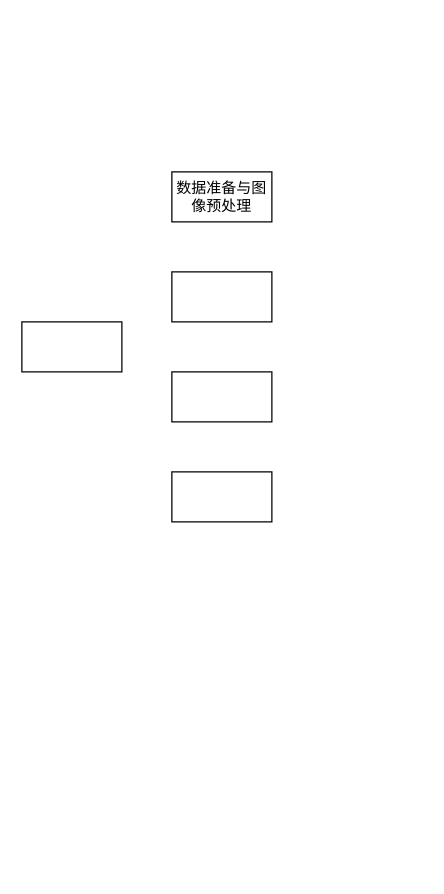
This is 技术路线.drawio from LamaPerdu/LamaPerdu, a draw.io file, before an edit. Source tidied: cells renumbered, new cells numbered last; positions are measured from the earlier drawing's top-left corner, leaving out a move shared by most shapes. Both pictures are drawn from the tidied source at 125%, with x=0, y=0 at pixel (21, 171).
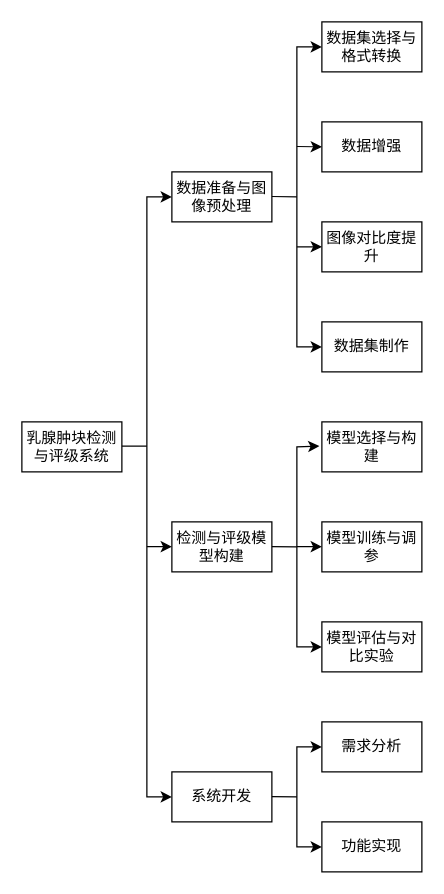
After the change.

Commit message (it also covers changes not shown here):
更新技术路线.drawio

The change refers to these unchanged cells:
```xml
<mxCell id="3" value="数据准备与图像预处理" style="rounded=0;whiteSpace=wrap;html=1;" parent="1" vertex="1">
  <mxGeometry x="120" width="80" height="40" as="geometry" />
</mxCell>
```

What changed in the source:
```diff
@@
-    <mxCell id="2" style="rounded=0;whiteSpace=wrap;html=1;" parent="1" vertex="1">
-      <mxGeometry y="120" width="80" height="40" as="geometry" />
+    <mxCell id="2" value="乳腺肿块检测与评级系统" style="rounded=0;whiteSpace=wrap;html=1;" parent="1" vertex="1">
+      <mxGeometry y="200" width="80" height="40" as="geometry" />
     </mxCell>
@@
-    <mxCell id="4" style="rounded=0;whiteSpace=wrap;html=1;" parent="1" vertex="1">
-      <mxGeometry x="120" y="80" width="80" height="40" as="geometry" />
+    <mxCell id="4" value="检测与评级模型构建" style="rounded=0;whiteSpace=wrap;html=1;" parent="1" vertex="1">
+      <mxGeometry x="120" y="280" width="80" height="40" as="geometry" />
     </mxCell>
-    <mxCell id="5" style="rounded=0;whiteSpace=wrap;html=1;" parent="1" vertex="1">
-      <mxGeometry x="120" y="160" width="80" height="40" as="geometry" />
+    <mxCell id="5" value="系统开发" style="rounded=0;whiteSpace=wrap;html=1;" parent="1" vertex="1">
+      <mxGeometry x="120" y="480" width="80" height="40" as="geometry" />
     </mxCell>
-    <mxCell id="6" style="rounded=0;whiteSpace=wrap;html=1;" parent="1" vertex="1">
-      <mxGeometry x="120" y="240" width="80" height="40" as="geometry" />
-    </mxCell>
+    <mxCell id="7" value="数据集选择与格式转换" style="rounded=0;whiteSpace=wrap;html=1;" parent="1" vertex="1">
+      <mxGeometry x="240" y="-120" width="80" height="40" as="geometry" />
+    </mxCell>
+    <mxCell id="8" value="数据增强" style="rounded=0;whiteSpace=wrap;html=1;" parent="1" vertex="1">
+      <mxGeometry x="240" y="-40" width="80" height="40" as="geometry" />
+    </mxCell>
+    <mxCell id="9" value="图像对比度提升" style="rounded=0;whiteSpace=wrap;html=1;" parent="1" vertex="1">
+      <mxGeometry x="240" y="40" width="80" height="40" as="geometry" />
+    </mxCell>
+    <mxCell id="10" value="数据集制作" style="rounded=0;whiteSpace=wrap;html=1;" parent="1" vertex="1">
+      <mxGeometry x="240" y="120" width="80" height="40" as="geometry" />
+    </mxCell>
+    <mxCell id="11" value="模型选择与构建" style="rounded=0;whiteSpace=wrap;html=1;" parent="1" vertex="1">
+      <mxGeometry x="240" y="200" width="80" height="40" as="geometry" />
+    </mxCell>
+    <mxCell id="12" value="模型训练与调参" style="rounded=0;whiteSpace=wrap;html=1;" parent="1" vertex="1">
+      <mxGeometry x="240" y="280" width="80" height="40" as="geometry" />
+    </mxCell>
+    <mxCell id="13" value="模型评估与对比实验" style="rounded=0;whiteSpace=wrap;html=1;" parent="1" vertex="1">
+      <mxGeometry x="240" y="360" width="80" height="40" as="geometry" />
+    </mxCell>
+    <mxCell id="14" value="需求分析" style="rounded=0;whiteSpace=wrap;html=1;" parent="1" vertex="1">
+      <mxGeometry x="240" y="440" width="80" height="40" as="geometry" />
+    </mxCell>
+    <mxCell id="15" value="功能实现" style="rounded=0;whiteSpace=wrap;html=1;" parent="1" vertex="1">
+      <mxGeometry x="240" y="520" width="80" height="40" as="geometry" />
+    </mxCell>
+    <mxCell id="16" style="endArrow=none;html=1;rounded=0;" parent="1" edge="1">
+      <mxGeometry relative="1" as="geometry">
+        <mxPoint x="200" y="19.7" as="sourcePoint" />
+        <mxPoint x="220" y="20" as="targetPoint" />
+      </mxGeometry>
+    </mxCell>
+    <mxCell id="17" style="endArrow=classic;html=1;rounded=0;entryX=0;entryY=0.5;entryDx=0;entryDy=0;" parent="1" edge="1" target="7">
+      <mxGeometry relative="1" as="geometry">
+        <mxPoint x="220" y="20" as="sourcePoint" />
+        <Array as="points">
+          <mxPoint x="220" y="-100" />
+        </Array>
+      </mxGeometry>
+    </mxCell>
+    <mxCell id="18" style="endArrow=classic;html=1;rounded=0;" parent="1" edge="1">
+      <mxGeometry relative="1" as="geometry">
+        <mxPoint x="220" y="-20.3" as="sourcePoint" />
+        <mxPoint x="240" y="-20" as="targetPoint" />
+      </mxGeometry>
+    </mxCell>
+    <mxCell id="19" style="endArrow=classic;html=1;rounded=0;entryX=0;entryY=0.5;entryDx=0;entryDy=0;" parent="1" edge="1" target="10">
+      <mxGeometry relative="1" as="geometry">
+        <mxPoint x="220" y="20" as="sourcePoint" />
+        <Array as="points">
+          <mxPoint x="220" y="140" />
+        </Array>
+      </mxGeometry>
+    </mxCell>
+    <mxCell id="20" style="endArrow=classic;html=1;rounded=0;" parent="1" edge="1">
+      <mxGeometry relative="1" as="geometry">
+        <mxPoint x="220" y="59.9" as="sourcePoint" />
+        <mxPoint x="240" y="60" as="targetPoint" />
+      </mxGeometry>
+    </mxCell>
+    <mxCell id="21" style="endArrow=none;html=1;rounded=0;" parent="1" edge="1">
+      <mxGeometry relative="1" as="geometry">
+        <mxPoint x="200" y="299.8" as="sourcePoint" />
+        <mxPoint x="220" y="300" as="targetPoint" />
+      </mxGeometry>
+    </mxCell>
+    <mxCell id="22" style="endArrow=classic;html=1;rounded=0;entryX=-0.025;entryY=0.484;entryDx=0;entryDy=0;entryPerimeter=0;" parent="1" edge="1" target="11">
+      <mxGeometry relative="1" as="geometry">
+        <mxPoint x="220" y="300" as="sourcePoint" />
+        <Array as="points">
+          <mxPoint x="220" y="220" />
+        </Array>
+      </mxGeometry>
+    </mxCell>
+    <mxCell id="23" style="endArrow=classic;html=1;rounded=0;entryX=0;entryY=0.5;entryDx=0;entryDy=0;" parent="1" edge="1" target="13">
+      <mxGeometry relative="1" as="geometry">
+        <mxPoint x="220" y="300" as="sourcePoint" />
+        <Array as="points">
+          <mxPoint x="220" y="380" />
+        </Array>
+      </mxGeometry>
+    </mxCell>
+    <mxCell id="24" style="endArrow=classic;html=1;rounded=0;" parent="1" edge="1">
+      <mxGeometry relative="1" as="geometry">
+        <mxPoint x="220" y="299.8" as="sourcePoint" />
+        <mxPoint x="240" y="299.8" as="targetPoint" />
+      </mxGeometry>
+    </mxCell>
+    <mxCell id="25" style="endArrow=none;html=1;rounded=0;" parent="1" edge="1">
+      <mxGeometry relative="1" as="geometry">
+        <mxPoint x="200" y="499.8" as="sourcePoint" />
+        <mxPoint x="220" y="500" as="targetPoint" />
+      </mxGeometry>
+    </mxCell>
+    <mxCell id="26" style="endArrow=classic;html=1;rounded=0;entryX=0;entryY=0.5;entryDx=0;entryDy=0;" parent="1" edge="1" target="14">
+      <mxGeometry relative="1" as="geometry">
+        <mxPoint x="220" y="500" as="sourcePoint" />
+        <Array as="points">
+          <mxPoint x="220" y="460" />
+        </Array>
+      </mxGeometry>
+    </mxCell>
+    <mxCell id="27" style="endArrow=classic;html=1;rounded=0;entryX=0;entryY=0.5;entryDx=0;entryDy=0;" parent="1" edge="1" target="15">
+      <mxGeometry relative="1" as="geometry">
+        <mxPoint x="220" y="500" as="sourcePoint" />
+        <Array as="points">
+          <mxPoint x="220" y="540" />
+        </Array>
+      </mxGeometry>
+    </mxCell>
+    <mxCell id="28" style="endArrow=none;html=1;rounded=0;" parent="1" edge="1">
+      <mxGeometry relative="1" as="geometry">
+        <mxPoint x="80" y="219.4" as="sourcePoint" />
+        <mxPoint x="100" y="219.4" as="targetPoint" />
+      </mxGeometry>
+    </mxCell>
+    <mxCell id="29" style="endArrow=classic;html=1;rounded=0;entryX=0;entryY=0.5;entryDx=0;entryDy=0;" parent="1" edge="1" target="3">
+      <mxGeometry relative="1" as="geometry">
+        <mxPoint x="100" y="220" as="sourcePoint" />
+        <Array as="points">
+          <mxPoint x="100" y="20" />
+        </Array>
+      </mxGeometry>
+    </mxCell>
+    <mxCell id="30" style="endArrow=classic;html=1;rounded=0;entryX=0;entryY=0.5;entryDx=0;entryDy=0;" parent="1" edge="1" target="5">
+      <mxGeometry relative="1" as="geometry">
+        <mxPoint x="100" y="220" as="sourcePoint" />
+        <Array as="points">
+          <mxPoint x="100" y="500" />
+        </Array>
+      </mxGeometry>
+    </mxCell>
+    <mxCell id="31" style="endArrow=classic;html=1;rounded=0;" parent="1" edge="1">
+      <mxGeometry relative="1" as="geometry">
+        <mxPoint x="100" y="299.8" as="sourcePoint" />
+        <mxPoint x="120" y="299.8" as="targetPoint" />
+      </mxGeometry>
+    </mxCell>
```
